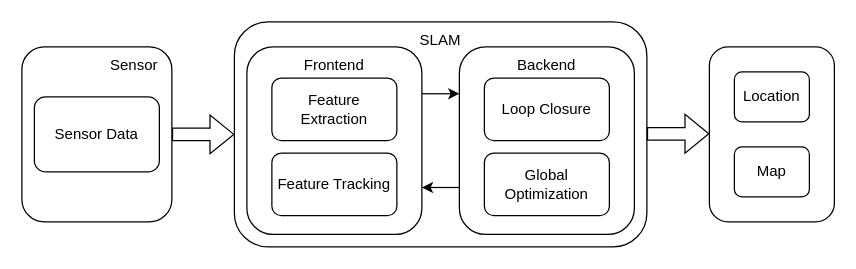
The draw.io diagram page "Page-4" (4 of 7) of Research Project.drawio in aaronxavier/research-project-code, before the edit. Source tidied: cells renumbered, new cells numbered last; positions are measured from the earlier drawing's top-left corner, leaving out a move shared by most shapes. Both pictures are drawn from the tidied source at 125%, with x=0, y=0 at pixel (21, 21).
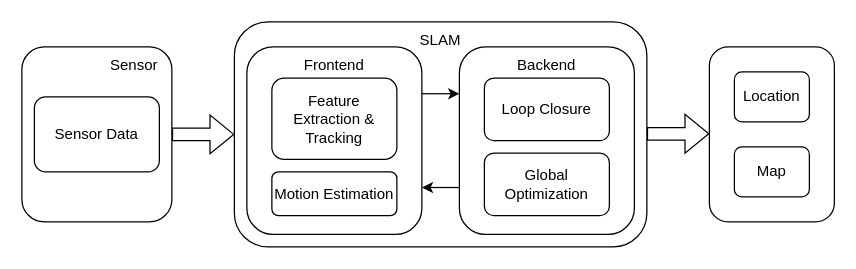
After the change.

Change to the diagram source:
```diff
@@
-    <mxCell id="7" value="Feature Extraction" style="rounded=1;whiteSpace=wrap;html=1;" parent="1" vertex="1">
-      <mxGeometry x="200" y="45" width="100" height="50" as="geometry" />
+    <mxCell id="7" value="Feature Extraction &amp;amp; Tracking" style="rounded=1;whiteSpace=wrap;html=1;" parent="1" vertex="1">
+      <mxGeometry x="200" y="45" width="100" height="65" as="geometry" />
     </mxCell>
-    <mxCell id="8" value="Feature Tracking" style="rounded=1;whiteSpace=wrap;html=1;" parent="1" vertex="1">
-      <mxGeometry x="200" y="105" width="100" height="50" as="geometry" />
+    <mxCell id="8" value="Motion Estimation" style="rounded=1;whiteSpace=wrap;html=1;" parent="1" vertex="1">
+      <mxGeometry x="200" y="120" width="100" height="35" as="geometry" />
     </mxCell>
```
